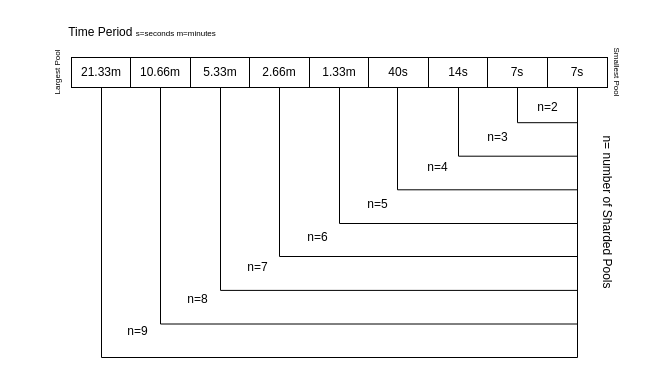
This is diagrams/timeperiod-pools.drawio from viralfoundation/Technical-Whitepaper-LaTeX, a draw.io file, before an edit. Source tidied: cells renumbered, new cells numbered last; positions are measured from the earlier drawing's top-left corner, leaving out a move shared by most shapes. Both pictures are drawn from the tidied source at 100%, with x=0, y=0 at pixel (17, 17).
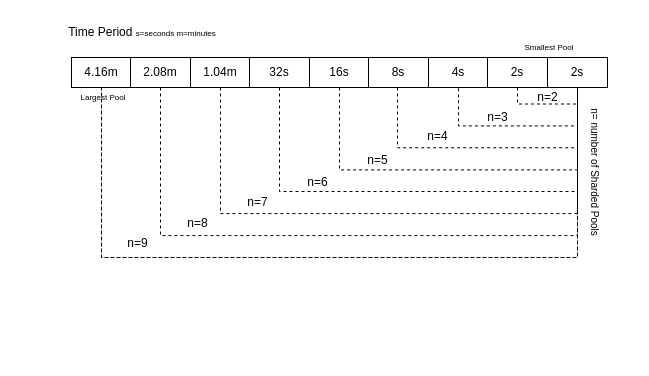
After the change.

What changed in the source:
```diff
@@
-    <mxCell id="2" value="21.33m" style="text;html=1;strokeColor=default;fillColor=default;align=center;verticalAlign=middle;whiteSpace=wrap;rounded=0;" parent="1" vertex="1">
+    <mxCell id="2" value="4.16m" style="text;html=1;strokeColor=default;fillColor=default;align=center;verticalAlign=middle;whiteSpace=wrap;rounded=0;" parent="1" vertex="1">
       <mxGeometry x="54" y="40" width="60" height="30" as="geometry" />
     </mxCell>
-    <mxCell id="3" value="10.66m" style="text;html=1;strokeColor=default;fillColor=default;align=center;verticalAlign=middle;whiteSpace=wrap;rounded=0;" parent="1" vertex="1">
+    <mxCell id="3" value="2.08m" style="text;html=1;strokeColor=default;fillColor=default;align=center;verticalAlign=middle;whiteSpace=wrap;rounded=0;" parent="1" vertex="1">
       <mxGeometry x="113" y="40" width="60" height="30" as="geometry" />
     </mxCell>
-    <mxCell id="4" value="5.33m" style="text;html=1;strokeColor=default;fillColor=default;align=center;verticalAlign=middle;whiteSpace=wrap;rounded=0;" parent="1" vertex="1">
+    <mxCell id="4" value="1.04m" style="text;html=1;strokeColor=default;fillColor=default;align=center;verticalAlign=middle;whiteSpace=wrap;rounded=0;" parent="1" vertex="1">
       <mxGeometry x="173" y="40" width="60" height="30" as="geometry" />
     </mxCell>
-    <mxCell id="5" value="2.66m" style="text;html=1;strokeColor=default;fillColor=default;align=center;verticalAlign=middle;whiteSpace=wrap;rounded=0;" parent="1" vertex="1">
+    <mxCell id="5" value="32s" style="text;html=1;strokeColor=default;fillColor=default;align=center;verticalAlign=middle;whiteSpace=wrap;rounded=0;" parent="1" vertex="1">
       <mxGeometry x="232" y="40" width="60" height="30" as="geometry" />
     </mxCell>
-    <mxCell id="6" value="1.33m" style="text;html=1;strokeColor=default;fillColor=default;align=center;verticalAlign=middle;whiteSpace=wrap;rounded=0;" parent="1" vertex="1">
+    <mxCell id="6" value="16s" style="text;html=1;strokeColor=default;fillColor=default;align=center;verticalAlign=middle;whiteSpace=wrap;rounded=0;" parent="1" vertex="1">
       <mxGeometry x="292" y="40" width="60" height="30" as="geometry" />
     </mxCell>
-    <mxCell id="7" value="40s" style="text;html=1;strokeColor=default;fillColor=default;align=center;verticalAlign=middle;whiteSpace=wrap;rounded=0;" parent="1" vertex="1">
+    <mxCell id="7" value="8s" style="text;html=1;strokeColor=default;fillColor=default;align=center;verticalAlign=middle;whiteSpace=wrap;rounded=0;" parent="1" vertex="1">
       <mxGeometry x="351" y="40" width="60" height="30" as="geometry" />
     </mxCell>
-    <mxCell id="8" value="14s" style="text;html=1;align=center;verticalAlign=middle;whiteSpace=wrap;rounded=0;fillColor=default;strokeColor=default;" parent="1" vertex="1">
+    <mxCell id="8" value="4s" style="text;html=1;align=center;verticalAlign=middle;whiteSpace=wrap;rounded=0;fillColor=default;strokeColor=default;" parent="1" vertex="1">
       <mxGeometry x="411" y="40" width="60" height="30" as="geometry" />
     </mxCell>
-    <mxCell id="9" value="7s" style="text;html=1;strokeColor=default;fillColor=default;align=center;verticalAlign=middle;whiteSpace=wrap;rounded=0;" parent="1" vertex="1">
+    <mxCell id="9" value="2s" style="text;html=1;strokeColor=default;fillColor=default;align=center;verticalAlign=middle;whiteSpace=wrap;rounded=0;" parent="1" vertex="1">
       <mxGeometry x="470" y="40" width="60" height="30" as="geometry" />
     </mxCell>
-    <mxCell id="10" value="7s" style="text;html=1;strokeColor=default;fillColor=default;align=center;verticalAlign=middle;whiteSpace=wrap;rounded=0;" parent="1" vertex="1">
+    <mxCell id="10" value="2s" style="text;html=1;strokeColor=default;fillColor=default;align=center;verticalAlign=middle;whiteSpace=wrap;rounded=0;" parent="1" vertex="1">
       <mxGeometry x="530" y="40" width="60" height="30" as="geometry" />
     </mxCell>
@@
-    <mxCell id="12" value="n= number of Sharded Pools" style="text;html=1;strokeColor=none;fillColor=none;align=center;verticalAlign=middle;whiteSpace=wrap;rounded=0;rotation=90;" parent="1" vertex="1">
-      <mxGeometry x="500" y="180" width="180" height="30" as="geometry" />
+    <mxCell id="12" value="n= number of Sharded Pools" style="text;html=1;strokeColor=none;fillColor=none;align=center;verticalAlign=middle;whiteSpace=wrap;rounded=0;rotation=90;fontSize=10;" parent="1" vertex="1">
+      <mxGeometry x="488" y="140" width="180" height="30" as="geometry" />
     </mxCell>
+    <mxCell id="29" value="Largest Pool" style="text;html=1;strokeColor=none;fillColor=none;align=center;verticalAlign=middle;whiteSpace=wrap;rounded=0;fontSize=8;rotation=0;" parent="1" vertex="1">
+      <mxGeometry x="56" y="65" width="60" height="30" as="geometry" />
+    </mxCell>
+    <mxCell id="30" value="Smallest Pool" style="text;html=1;strokeColor=none;fillColor=none;align=center;verticalAlign=middle;whiteSpace=wrap;rounded=0;fontSize=8;rotation=0;" parent="1" vertex="1">
+      <mxGeometry x="502" y="15" width="60" height="30" as="geometry" />
+    </mxCell>
+    <mxCell id="31" style="group;strokeColor=default;dashed=1;" parent="1" vertex="1">
+      <mxGeometry x="84" y="70" width="476" height="170" as="geometry" />
+    </mxCell>
-    <mxCell id="13" style="edgeStyle=orthogonalEdgeStyle;rounded=0;sketch=0;jettySize=auto;html=1;entryX=0.5;entryY=1;entryDx=0;entryDy=0;shadow=0;endArrow=none;endFill=0;" parent="1" edge="1" source="2" target="10">
+    <mxCell id="13" style="edgeStyle=orthogonalEdgeStyle;rounded=0;sketch=0;jettySize=auto;html=1;entryX=0.5;entryY=1;entryDx=0;entryDy=0;shadow=0;endArrow=none;endFill=0;dashed=1;" parent="1" edge="1" source="2" target="10">
       <mxGeometry relative="1" as="geometry">
         <Array as="points">
-          <mxPoint x="84" y="340" />
-          <mxPoint x="560" y="340" />
+          <mxPoint x="84" y="240" />
+          <mxPoint x="560" y="240" />
         </Array>
       </mxGeometry>
     </mxCell>
-    <mxCell id="14" style="edgeStyle=orthogonalEdgeStyle;rounded=0;sketch=0;jettySize=auto;html=1;entryX=0.5;entryY=1;entryDx=0;entryDy=0;shadow=0;endArrow=none;endFill=0;" parent="1" edge="1" source="3" target="10">
+    <mxCell id="14" style="edgeStyle=orthogonalEdgeStyle;rounded=0;sketch=0;jettySize=auto;html=1;entryX=0.5;entryY=1;entryDx=0;entryDy=0;shadow=0;endArrow=none;endFill=0;dashed=1;" parent="1" edge="1" source="3" target="10">
       <mxGeometry relative="1" as="geometry">
         <Array as="points">
-          <mxPoint x="143" y="306.5" />
-          <mxPoint x="560" y="306.5" />
+          <mxPoint x="143" y="218.1" />
+          <mxPoint x="560" y="218.1" />
         </Array>
       </mxGeometry>
     </mxCell>
-    <mxCell id="15" style="edgeStyle=orthogonalEdgeStyle;rounded=0;sketch=0;jettySize=auto;html=1;entryX=0.5;entryY=1;entryDx=0;entryDy=0;shadow=0;endArrow=none;endFill=0;" parent="1" edge="1" source="4" target="10">
+    <mxCell id="15" style="edgeStyle=orthogonalEdgeStyle;rounded=0;sketch=0;jettySize=auto;html=1;entryX=0.5;entryY=1;entryDx=0;entryDy=0;shadow=0;endArrow=none;endFill=0;dashed=1;" parent="1" edge="1" source="4" target="10">
       <mxGeometry relative="1" as="geometry">
         <Array as="points">
-          <mxPoint x="203" y="272.9" />
-          <mxPoint x="560" y="272.9" />
+          <mxPoint x="203" y="196.1" />
+          <mxPoint x="560" y="196.1" />
         </Array>
       </mxGeometry>
     </mxCell>
-    <mxCell id="16" style="edgeStyle=orthogonalEdgeStyle;rounded=0;jettySize=auto;html=1;endArrow=none;endFill=0;shadow=0;sketch=0;entryX=0.5;entryY=1;entryDx=0;entryDy=0;" parent="1" edge="1" source="5" target="10">
+    <mxCell id="16" style="edgeStyle=orthogonalEdgeStyle;rounded=0;jettySize=auto;html=1;endArrow=none;endFill=0;shadow=0;sketch=0;entryX=0.5;entryY=1;entryDx=0;entryDy=0;dashed=1;" parent="1" edge="1" source="5" target="10">
       <mxGeometry relative="1" as="geometry">
         <Array as="points">
-          <mxPoint x="262" y="239" />
-          <mxPoint x="560" y="239" />
+          <mxPoint x="262" y="174" />
+          <mxPoint x="560" y="174" />
         </Array>
       </mxGeometry>
     </mxCell>
-    <mxCell id="17" style="edgeStyle=orthogonalEdgeStyle;rounded=0;jettySize=auto;html=1;endArrow=none;endFill=0;shadow=0;sketch=0;entryX=0.5;entryY=1;entryDx=0;entryDy=0;" parent="1" edge="1" source="6" target="10">
+    <mxCell id="17" style="edgeStyle=orthogonalEdgeStyle;rounded=0;jettySize=auto;html=1;endArrow=none;endFill=0;shadow=0;sketch=0;entryX=0.5;entryY=1;entryDx=0;entryDy=0;dashed=1;" parent="1" edge="1" source="6" target="10">
       <mxGeometry relative="1" as="geometry">
         <Array as="points">
-          <mxPoint x="322" y="206" />
-          <mxPoint x="560" y="206" />
+          <mxPoint x="322" y="152.4" />
+          <mxPoint x="560" y="152.4" />
         </Array>
       </mxGeometry>
     </mxCell>
-    <mxCell id="18" style="edgeStyle=orthogonalEdgeStyle;rounded=0;jettySize=auto;html=1;entryX=0.5;entryY=1;entryDx=0;entryDy=0;endArrow=none;endFill=0;shadow=0;sketch=0;" parent="1" edge="1" source="7" target="10">
+    <mxCell id="18" style="edgeStyle=orthogonalEdgeStyle;rounded=0;jettySize=auto;html=1;entryX=0.5;entryY=1;entryDx=0;entryDy=0;endArrow=none;endFill=0;shadow=0;sketch=0;dashed=1;" parent="1" edge="1" source="7" target="10">
       <mxGeometry relative="1" as="geometry">
         <Array as="points">
-          <mxPoint x="380" y="172.3" />
-          <mxPoint x="560" y="172.3" />
+          <mxPoint x="380" y="130.3" />
+          <mxPoint x="560" y="130.3" />
         </Array>
       </mxGeometry>
     </mxCell>
-    <mxCell id="19" style="edgeStyle=orthogonalEdgeStyle;rounded=0;jettySize=auto;html=1;entryX=0.5;entryY=1;entryDx=0;entryDy=0;endArrow=none;endFill=0;" parent="1" edge="1" source="10" target="9">
+    <mxCell id="19" style="edgeStyle=orthogonalEdgeStyle;rounded=0;jettySize=auto;html=1;entryX=0.5;entryY=1;entryDx=0;entryDy=0;endArrow=none;endFill=0;dashed=1;" parent="1" edge="1" source="10" target="9">
       <mxGeometry relative="1" as="geometry">
         <Array as="points">
-          <mxPoint x="560" y="105.2" />
-          <mxPoint x="500" y="105.2" />
+          <mxPoint x="560" y="86.5" />
+          <mxPoint x="500" y="86.5" />
         </Array>
       </mxGeometry>
     </mxCell>
-    <mxCell id="20" style="edgeStyle=orthogonalEdgeStyle;rounded=0;jettySize=auto;html=1;entryX=0.5;entryY=1;entryDx=0;entryDy=0;endArrow=none;endFill=0;shadow=0;sketch=0;" parent="1" edge="1" source="10" target="8">
+    <mxCell id="20" style="edgeStyle=orthogonalEdgeStyle;rounded=0;jettySize=auto;html=1;entryX=0.5;entryY=1;entryDx=0;entryDy=0;endArrow=none;endFill=0;shadow=0;sketch=0;dashed=1;" parent="1" edge="1" source="10" target="8">
       <mxGeometry relative="1" as="geometry">
         <Array as="points">
-          <mxPoint x="560" y="138.7" />
-          <mxPoint x="441" y="138.7" />
+          <mxPoint x="560" y="108.4" />
+          <mxPoint x="441" y="108.4" />
         </Array>
       </mxGeometry>
     </mxCell>
     <mxCell id="21" value="n=2" style="text;html=1;align=center;verticalAlign=middle;strokeColor=none;fillColor=none;" parent="1" vertex="1">
-      <mxGeometry x="510" y="80" width="40" height="20" as="geometry" />
+      <mxGeometry x="510" y="70" width="40" height="20" as="geometry" />
     </mxCell>
     <mxCell id="22" value="n=3" style="text;html=1;align=center;verticalAlign=middle;strokeColor=none;fillColor=none;" parent="1" vertex="1">
-      <mxGeometry x="460" y="110" width="40" height="20" as="geometry" />
+      <mxGeometry x="460" y="89.6" width="40" height="20" as="geometry" />
     </mxCell>
     <mxCell id="23" value="n=4" style="text;html=1;align=center;verticalAlign=middle;strokeColor=none;fillColor=none;" parent="1" vertex="1">
-      <mxGeometry x="400" y="140" width="40" height="20" as="geometry" />
+      <mxGeometry x="400" y="109.2" width="40" height="20" as="geometry" />
     </mxCell>
     <mxCell id="24" value="n=5" style="text;html=1;align=center;verticalAlign=middle;strokeColor=none;fillColor=none;" parent="1" vertex="1">
-      <mxGeometry x="340" y="176.6" width="40" height="20" as="geometry" />
+      <mxGeometry x="340" y="133.2" width="40" height="20" as="geometry" />
     </mxCell>
     <mxCell id="25" value="n=7" style="text;html=1;align=center;verticalAlign=middle;strokeColor=none;fillColor=none;" parent="1" vertex="1">
-      <mxGeometry x="220" y="240" width="40" height="20" as="geometry" />
+      <mxGeometry x="220" y="174.6" width="40" height="20" as="geometry" />
     </mxCell>
     <mxCell id="26" value="n=6" style="text;html=1;align=center;verticalAlign=middle;strokeColor=none;fillColor=none;" parent="1" vertex="1">
-      <mxGeometry x="280" y="210" width="40" height="20" as="geometry" />
+      <mxGeometry x="280" y="155" width="40" height="20" as="geometry" />
     </mxCell>
     <mxCell id="27" value="n=8" style="text;html=1;align=center;verticalAlign=middle;strokeColor=none;fillColor=none;" parent="1" vertex="1">
-      <mxGeometry x="160" y="272" width="40" height="20" as="geometry" />
+      <mxGeometry x="160" y="195.5" width="40" height="20" as="geometry" />
     </mxCell>
     <mxCell id="28" value="n=9" style="text;html=1;align=center;verticalAlign=middle;strokeColor=none;fillColor=none;" parent="1" vertex="1">
-      <mxGeometry x="100" y="303.8" width="40" height="20" as="geometry" />
+      <mxGeometry x="100" y="216.3" width="40" height="20" as="geometry" />
     </mxCell>
-    <mxCell id="29" value="Largest Pool" style="text;html=1;strokeColor=none;fillColor=none;align=center;verticalAlign=middle;whiteSpace=wrap;rounded=0;fontSize=8;rotation=-90;" parent="1" vertex="1">
-      <mxGeometry x="10" y="40" width="60" height="30" as="geometry" />
-    </mxCell>
-    <mxCell id="30" value="Smallest Pool" style="text;html=1;strokeColor=none;fillColor=none;align=center;verticalAlign=middle;whiteSpace=wrap;rounded=0;fontSize=8;rotation=90;" parent="1" vertex="1">
-      <mxGeometry x="570" y="40" width="60" height="30" as="geometry" />
-    </mxCell>
```
